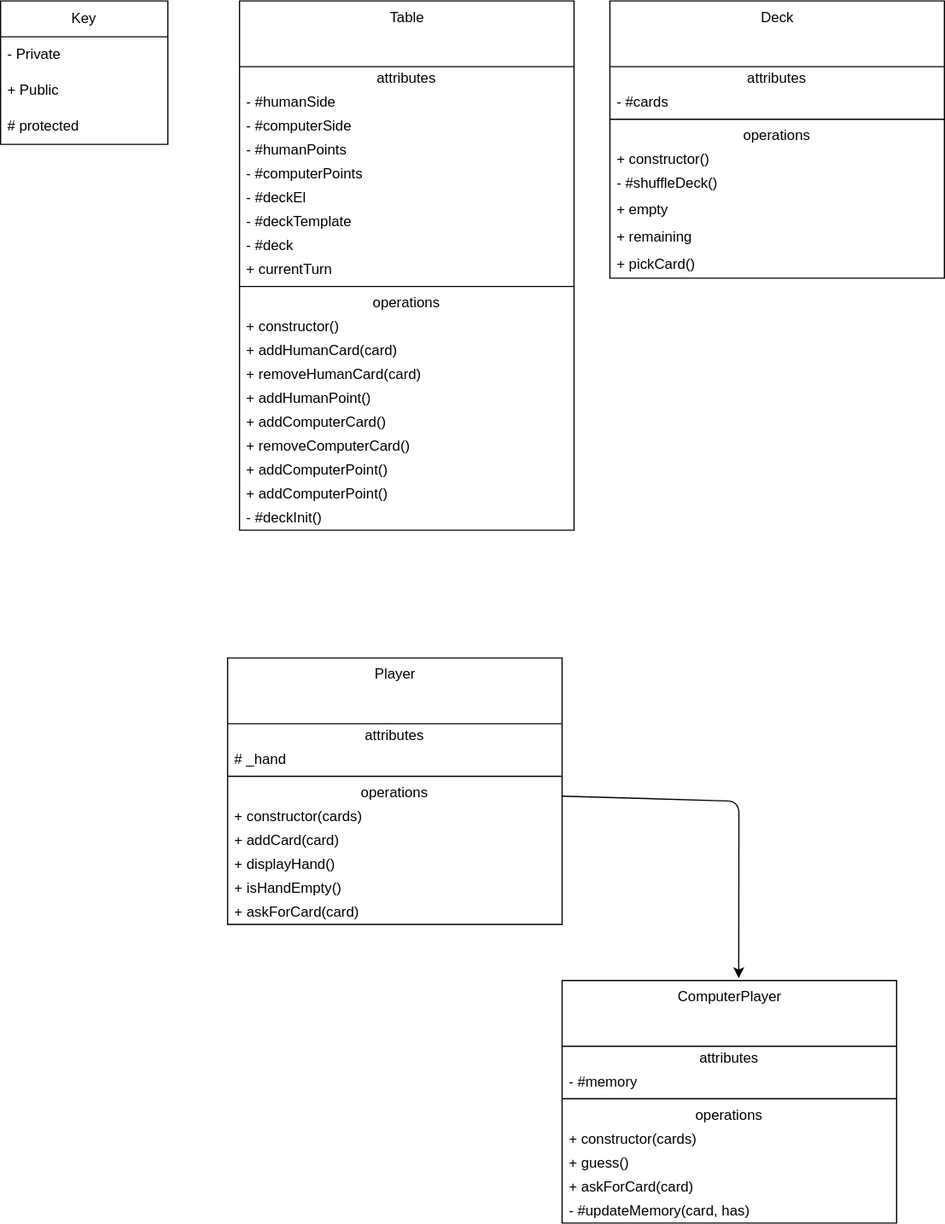
The draw.io diagram uml.drawio.svg in Anthonyntilelli/go-fish-webpage, before a commit. Source tidied: cells renumbered, new cells last; positions are measured from the earlier drawing's top-left corner, leaving out a move shared by most shapes.
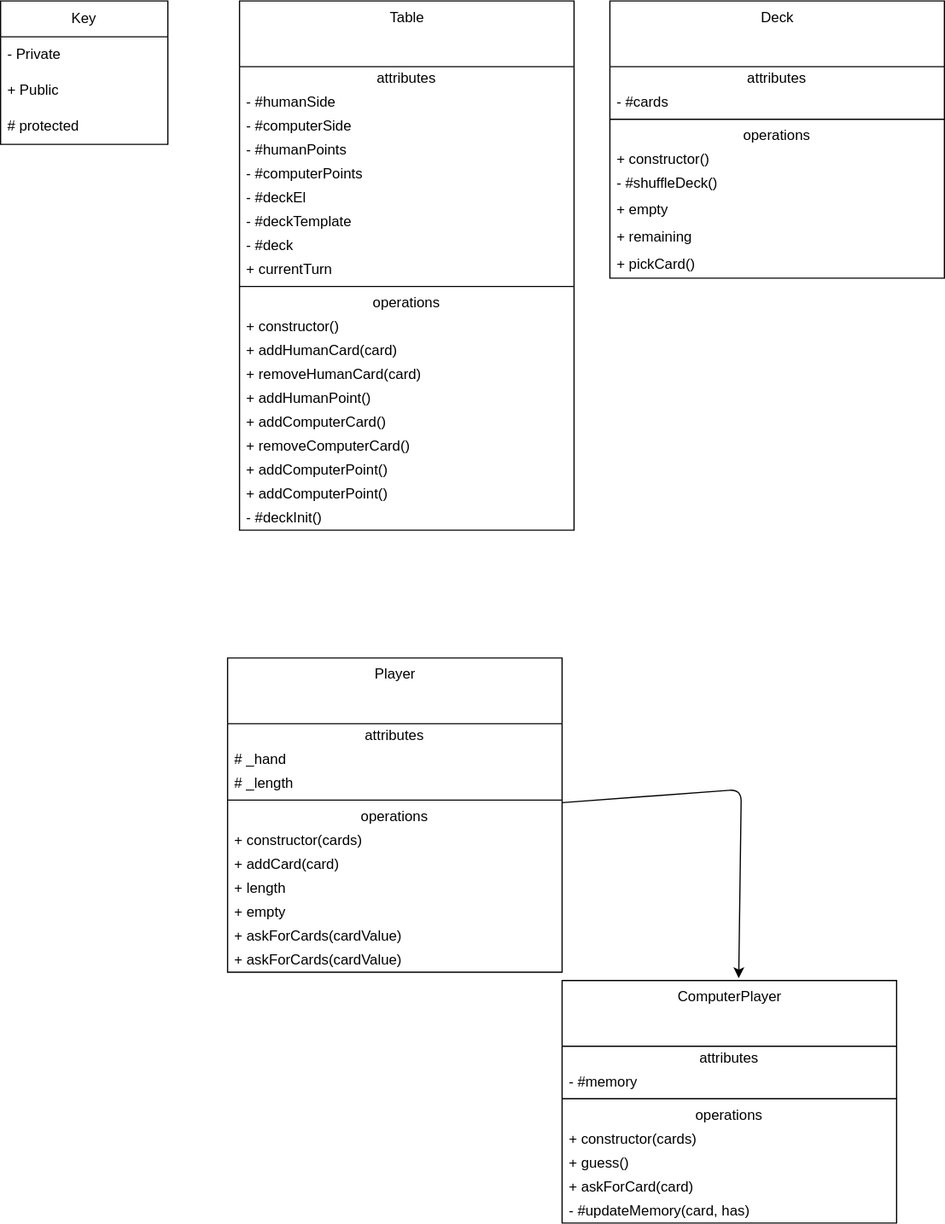
The same diagram one commit later.

Change to the diagram source:
```diff
@@ -110,39 +110,45 @@
     <mxCell id="37" style="edgeStyle=none;html=1;entryX=0.528;entryY=-0.01;entryDx=0;entryDy=0;entryPerimeter=0;" parent="1" edge="1" source="38" target="48">
       <mxGeometry relative="1" as="geometry">
         <Array as="points">
-          <mxPoint x="618" y="670" />
+          <mxPoint x="620" y="660" />
         </Array>
       </mxGeometry>
     </mxCell>
     <mxCell id="38" value="Player" style="swimlane;fontStyle=0;align=center;verticalAlign=top;horizontal=1;startSize=55;html=1;" parent="1" vertex="1">
-      <mxGeometry x="190" y="550" width="280" height="223" as="geometry" />
+      <mxGeometry x="190" y="550" width="280" height="263" as="geometry" />
     </mxCell>
     <mxCell id="39" value="attributes" style="text;html=1;strokeColor=none;fillColor=none;align=center;verticalAlign=middle;spacingLeft=4;spacingRight=4;overflow=hidden;" parent="38" vertex="1">
       <mxGeometry y="55" width="280" height="20" as="geometry" />
     </mxCell>
+    <mxCell id="57" value="# _hand" style="text;html=1;strokeColor=none;fillColor=none;align=left;verticalAlign=middle;spacingLeft=4;spacingRight=4;overflow=hidden;" parent="38" vertex="1">
+      <mxGeometry y="75" width="280" height="20" as="geometry" />
+    </mxCell>
-    <mxCell id="40" value="# _hand" style="text;html=1;strokeColor=none;fillColor=none;align=left;verticalAlign=middle;spacingLeft=4;spacingRight=4;overflow=hidden;" parent="38" vertex="1">
-      <mxGeometry y="75" width="280" height="20" as="geometry" />
+    <mxCell id="40" value="# _length" style="text;html=1;strokeColor=none;fillColor=none;align=left;verticalAlign=middle;spacingLeft=4;spacingRight=4;overflow=hidden;" parent="38" vertex="1">
+      <mxGeometry y="95" width="280" height="20" as="geometry" />
     </mxCell>
     <mxCell id="41" style="line;strokeWidth=1;fillColor=none;align=left;verticalAlign=middle;spacingTop=-1;spacingLeft=3;spacingRight=3;labelPosition=right;" parent="38" vertex="1">
-      <mxGeometry y="95" width="280" height="8" as="geometry" />
+      <mxGeometry y="115" width="280" height="8" as="geometry" />
     </mxCell>
     <mxCell id="42" value="operations" style="text;html=1;strokeColor=none;fillColor=none;align=center;verticalAlign=middle;spacingLeft=4;spacingRight=4;overflow=hidden;" parent="38" vertex="1">
-      <mxGeometry y="103" width="280" height="20" as="geometry" />
+      <mxGeometry y="123" width="280" height="20" as="geometry" />
     </mxCell>
     <mxCell id="43" value="+ constructor(cards)" style="text;html=1;strokeColor=none;fillColor=none;align=left;verticalAlign=middle;spacingLeft=4;spacingRight=4;overflow=hidden;" parent="38" vertex="1">
-      <mxGeometry y="123" width="280" height="20" as="geometry" />
+      <mxGeometry y="143" width="280" height="20" as="geometry" />
     </mxCell>
     <mxCell id="44" value="+ addCard(card)" style="text;html=1;strokeColor=none;fillColor=none;align=left;verticalAlign=middle;spacingLeft=4;spacingRight=4;overflow=hidden;" parent="38" vertex="1">
-      <mxGeometry y="143" width="280" height="20" as="geometry" />
+      <mxGeometry y="163" width="280" height="20" as="geometry" />
     </mxCell>
-    <mxCell id="45" value="+ displayHand()" style="text;html=1;strokeColor=none;fillColor=none;align=left;verticalAlign=middle;spacingLeft=4;spacingRight=4;overflow=hidden;" parent="38" vertex="1">
-      <mxGeometry y="163" width="280" height="20" as="geometry" />
-    </mxCell>
+    <mxCell id="58" value="+ length" style="text;html=1;strokeColor=none;fillColor=none;align=left;verticalAlign=middle;spacingLeft=4;spacingRight=4;overflow=hidden;" parent="38" vertex="1">
+      <mxGeometry y="183" width="280" height="20" as="geometry" />
+    </mxCell>
-    <mxCell id="46" value="+ isHandEmpty()" style="text;html=1;strokeColor=none;fillColor=none;align=left;verticalAlign=middle;spacingLeft=4;spacingRight=4;overflow=hidden;" parent="38" vertex="1">
-      <mxGeometry y="183" width="280" height="20" as="geometry" />
+    <mxCell id="46" value="+ empty" style="text;html=1;strokeColor=none;fillColor=none;align=left;verticalAlign=middle;spacingLeft=4;spacingRight=4;overflow=hidden;" parent="38" vertex="1">
+      <mxGeometry y="203" width="280" height="20" as="geometry" />
     </mxCell>
+    <mxCell id="59" value="+ askForCards(cardValue)" style="text;html=1;strokeColor=none;fillColor=none;align=left;verticalAlign=middle;spacingLeft=4;spacingRight=4;overflow=hidden;" parent="38" vertex="1">
+      <mxGeometry y="223" width="280" height="20" as="geometry" />
+    </mxCell>
-    <mxCell id="47" value="+ askForCard(card)" style="text;html=1;strokeColor=none;fillColor=none;align=left;verticalAlign=middle;spacingLeft=4;spacingRight=4;overflow=hidden;" parent="38" vertex="1">
-      <mxGeometry y="203" width="280" height="20" as="geometry" />
+    <mxCell id="47" value="+ askForCards(cardValue)" style="text;html=1;strokeColor=none;fillColor=none;align=left;verticalAlign=middle;spacingLeft=4;spacingRight=4;overflow=hidden;" parent="38" vertex="1">
+      <mxGeometry y="243" width="280" height="20" as="geometry" />
     </mxCell>
     <mxCell id="48" value="ComputerPlayer" style="swimlane;fontStyle=0;align=center;verticalAlign=top;horizontal=1;startSize=55;html=1;" parent="1" vertex="1">
       <mxGeometry x="470" y="820" width="280" height="203" as="geometry" />
```
